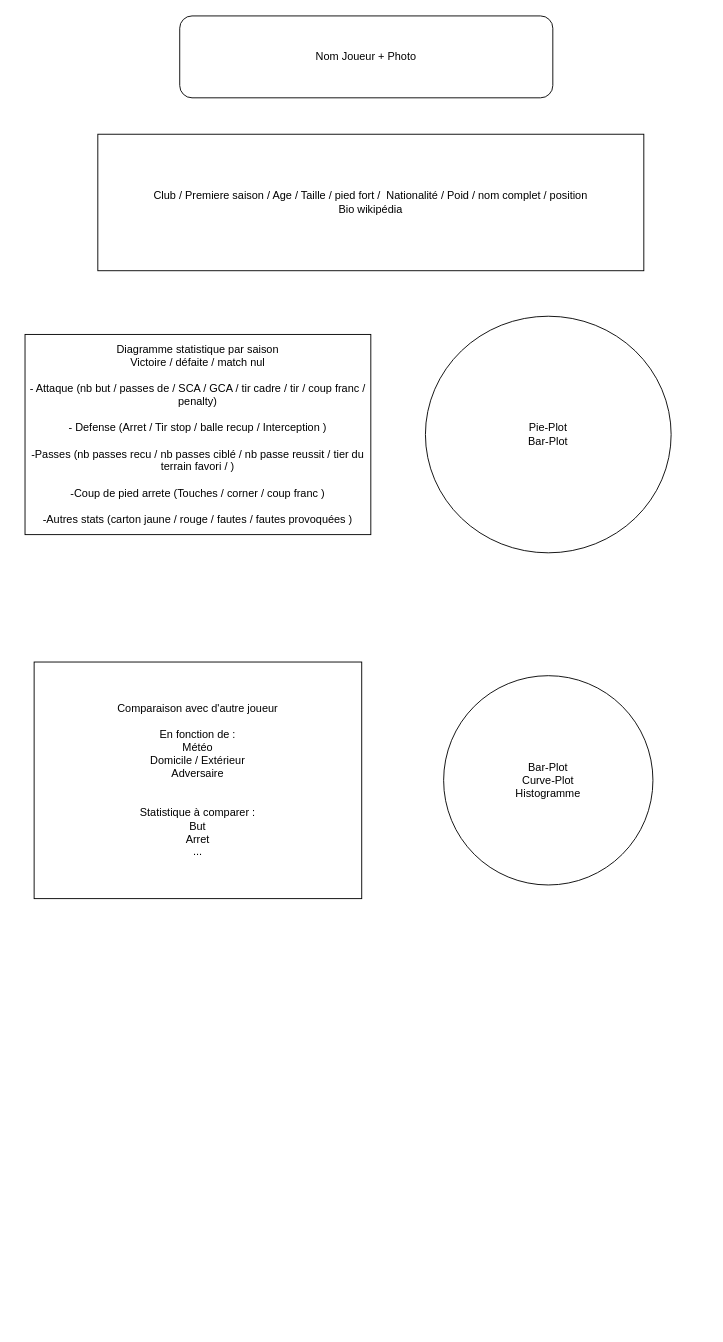
Before: page "Joueur individuel" (1 of 5) of Affichage Projet.drawio in floryan62160/Scrapping-Fbref, a draw.io diagram. Source tidied: cells renumbered, new cells numbered last; positions are measured from the earlier drawing's top-left corner, leaving out a move shared by most shapes. Both pictures are drawn from the tidied source at 91%, with x=0, y=0 at pixel (25, 15).
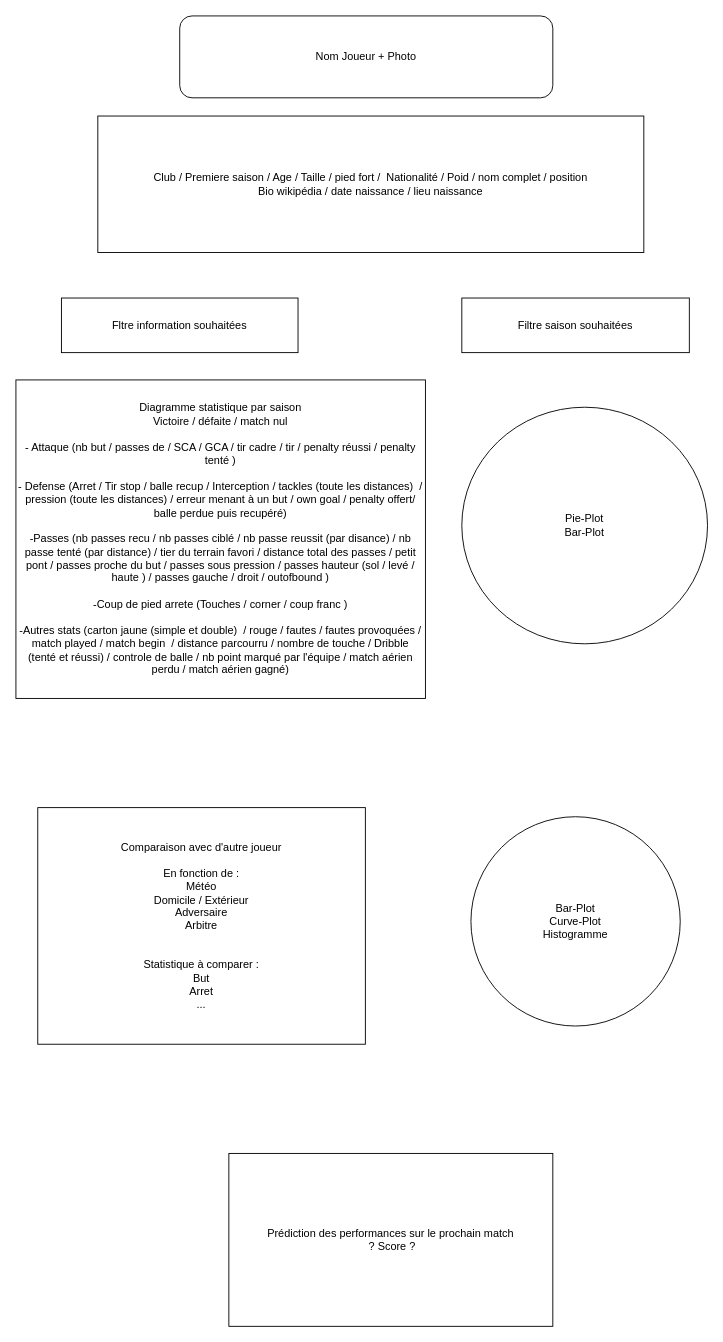
The same diagram, later.

Diff of the diagram source:
```diff
@@
 <mxGraphModel>
   <root>
     <mxCell id="0" />
     <mxCell id="1" parent="0" />
-    <mxCell id="2" value="&lt;div&gt;Club / Premiere saison / Age / Taille / pied fort /&amp;nbsp; Nationalité / Poid / nom complet / position&lt;br&gt;&lt;/div&gt;&lt;div&gt;Bio wikipédia&lt;br&gt;&lt;/div&gt;" style="rounded=0;whiteSpace=wrap;html=1;" parent="1" vertex="1">
-      <mxGeometry x="80" y="130" width="600" height="150" as="geometry" />
+    <mxCell id="2" value="&lt;div&gt;Club / Premiere saison / Age / Taille / pied fort /&amp;nbsp; Nationalité / Poid / nom complet / position&lt;br&gt;&lt;/div&gt;&lt;div&gt;Bio wikipédia / date naissance / lieu naissance&lt;br&gt;&lt;/div&gt;" style="rounded=0;whiteSpace=wrap;html=1;" parent="1" vertex="1">
+      <mxGeometry x="80" y="110" width="600" height="150" as="geometry" />
     </mxCell>
     <mxCell id="3" value="Nom Joueur + Photo" style="rounded=1;whiteSpace=wrap;html=1;" parent="1" vertex="1">
       <mxGeometry x="170" width="410" height="90" as="geometry" />
     </mxCell>
-    <mxCell id="4" value="&lt;div&gt;Diagramme statistique par saison&lt;/div&gt;&lt;div&gt;Victoire / défaite / match nul &lt;br&gt;&lt;/div&gt;&lt;div&gt;&lt;br&gt;&lt;/div&gt;&lt;div&gt;- Attaque (nb but / passes de / SCA / GCA / tir cadre / tir / coup franc / penalty)&lt;/div&gt;&lt;div&gt;&lt;br&gt;&lt;/div&gt;&lt;div&gt;- Defense (Arret / Tir stop / balle recup / Interception )&lt;/div&gt;&lt;div&gt;&lt;br&gt;&lt;/div&gt;&lt;div&gt;-Passes (nb passes recu / nb passes ciblé / nb passe reussit / tier du terrain favori / )&lt;/div&gt;&lt;div&gt;&lt;br&gt;&lt;/div&gt;&lt;div&gt;-Coup de pied arrete (Touches / corner / coup franc )&lt;/div&gt;&lt;div&gt;&lt;br&gt;&lt;/div&gt;&lt;div&gt;-Autres stats (carton jaune / rouge / fautes / fautes provoquées )&lt;/div&gt;" style="whiteSpace=wrap;html=1;" parent="1" vertex="1">
-      <mxGeometry y="350" width="380" height="220" as="geometry" />
+    <mxCell id="4" value="&lt;div&gt;Diagramme statistique par saison&lt;/div&gt;&lt;div&gt;Victoire / défaite / match nul &lt;br&gt;&lt;/div&gt;&lt;div&gt;&lt;br&gt;&lt;/div&gt;&lt;div&gt;- Attaque (nb but / passes de / SCA / GCA / tir cadre / tir / penalty réussi / penalty tenté )&lt;/div&gt;&lt;div&gt;&lt;br&gt;&lt;/div&gt;&lt;div&gt;- Defense (Arret / Tir stop / balle recup / Interception / tackles (toute les distances)&amp;nbsp; / pression (toute les distances) / erreur menant à un but / own goal / penalty offert/ balle perdue puis recupéré)&lt;/div&gt;&lt;div&gt;&lt;br&gt;&lt;/div&gt;&lt;div&gt;-Passes (nb passes recu / nb passes ciblé / nb passe reussit (par disance) / nb passe tenté (par distance) / tier du terrain favori / distance total des passes / petit pont / passes proche du but / passes sous pression / passes hauteur (sol / levé / haute ) / passes gauche / droit / outofbound )&lt;/div&gt;&lt;div&gt;&lt;br&gt;&lt;/div&gt;&lt;div&gt;-Coup de pied arrete (Touches / corner / coup franc )&lt;/div&gt;&lt;div&gt;&lt;br&gt;&lt;/div&gt;&lt;div&gt;-Autres stats (carton jaune (simple et double)&amp;nbsp; / rouge / fautes / fautes provoquées / match played / match begin&amp;nbsp; / distance parcourru / nombre de touche / Dribble (tenté et réussi) / controle de balle / nb point marqué par l'équipe / match aérien perdu / match aérien gagné)&lt;/div&gt;" style="whiteSpace=wrap;html=1;" parent="1" vertex="1">
+      <mxGeometry x="-10" y="400" width="450" height="350" as="geometry" />
     </mxCell>
     <mxCell id="5" value="&lt;div&gt;Pie-Plot&lt;/div&gt;&lt;div&gt;Bar-Plot&lt;br&gt;&lt;/div&gt;" style="ellipse;whiteSpace=wrap;html=1;" parent="1" vertex="1">
-      <mxGeometry x="440" y="330" width="270" height="260" as="geometry" />
+      <mxGeometry x="480" y="430" width="270" height="260" as="geometry" />
     </mxCell>
-    <mxCell id="6" value="&lt;div&gt;Comparaison avec d'autre joueur&lt;/div&gt;&lt;div&gt;&lt;br&gt;&lt;/div&gt;&lt;div&gt;En fonction de :&lt;/div&gt;&lt;div&gt;Météo &lt;br&gt;&lt;/div&gt;&lt;div&gt;Domicile / Extérieur &lt;br&gt;&lt;/div&gt;&lt;div&gt;Adversaire&lt;/div&gt;&lt;div&gt;&lt;br&gt;&lt;/div&gt;&lt;div&gt;&lt;br&gt;&lt;/div&gt;&lt;div&gt;Statistique à comparer :&lt;/div&gt;&lt;div&gt;But&lt;/div&gt;&lt;div&gt;Arret&lt;/div&gt;&lt;div&gt;...&lt;br&gt;&lt;/div&gt;" style="whiteSpace=wrap;html=1;" parent="1" vertex="1">
-      <mxGeometry x="10" y="710" width="360" height="260" as="geometry" />
+    <mxCell id="6" value="&lt;div&gt;Comparaison avec d'autre joueur&lt;/div&gt;&lt;div&gt;&lt;br&gt;&lt;/div&gt;&lt;div&gt;En fonction de :&lt;/div&gt;&lt;div&gt;Météo &lt;br&gt;&lt;/div&gt;&lt;div&gt;Domicile / Extérieur &lt;br&gt;&lt;/div&gt;&lt;div&gt;Adversaire&lt;/div&gt;&lt;div&gt;Arbitre&lt;br&gt;&lt;/div&gt;&lt;div&gt;&lt;br&gt;&lt;/div&gt;&lt;div&gt;&lt;br&gt;&lt;/div&gt;&lt;div&gt;Statistique à comparer :&lt;/div&gt;&lt;div&gt;But&lt;/div&gt;&lt;div&gt;Arret&lt;/div&gt;&lt;div&gt;...&lt;br&gt;&lt;/div&gt;" style="whiteSpace=wrap;html=1;" parent="1" vertex="1">
+      <mxGeometry x="14" y="870" width="360" height="260" as="geometry" />
     </mxCell>
     <mxCell id="7" value="&lt;div&gt;Bar-Plot&lt;/div&gt;&lt;div&gt;Curve-Plot&lt;/div&gt;&lt;div&gt;Histogramme&lt;/div&gt;" style="ellipse;whiteSpace=wrap;html=1;" parent="1" vertex="1">
-      <mxGeometry x="460" y="725" width="230" height="230" as="geometry" />
+      <mxGeometry x="490" y="880" width="230" height="230" as="geometry" />
     </mxCell>
+    <mxCell id="8" value="Fltre information souhaitées" style="rounded=0;whiteSpace=wrap;html=1;" parent="1" vertex="1">
+      <mxGeometry x="40" y="310" width="260" height="60" as="geometry" />
+    </mxCell>
+    <mxCell id="9" value="Filtre saison souhaitées" style="whiteSpace=wrap;html=1;" parent="1" vertex="1">
+      <mxGeometry x="480" y="310" width="250" height="60" as="geometry" />
+    </mxCell>
+    <mxCell id="10" value="&lt;div&gt;Prédiction des performances sur le prochain match&lt;/div&gt;&lt;div&gt;&amp;nbsp;? Score ? &lt;br&gt;&lt;/div&gt;" style="whiteSpace=wrap;html=1;" parent="1" vertex="1">
+      <mxGeometry x="224" y="1250" width="356" height="190" as="geometry" />
+    </mxCell>
   </root>
 </mxGraphModel>
```
